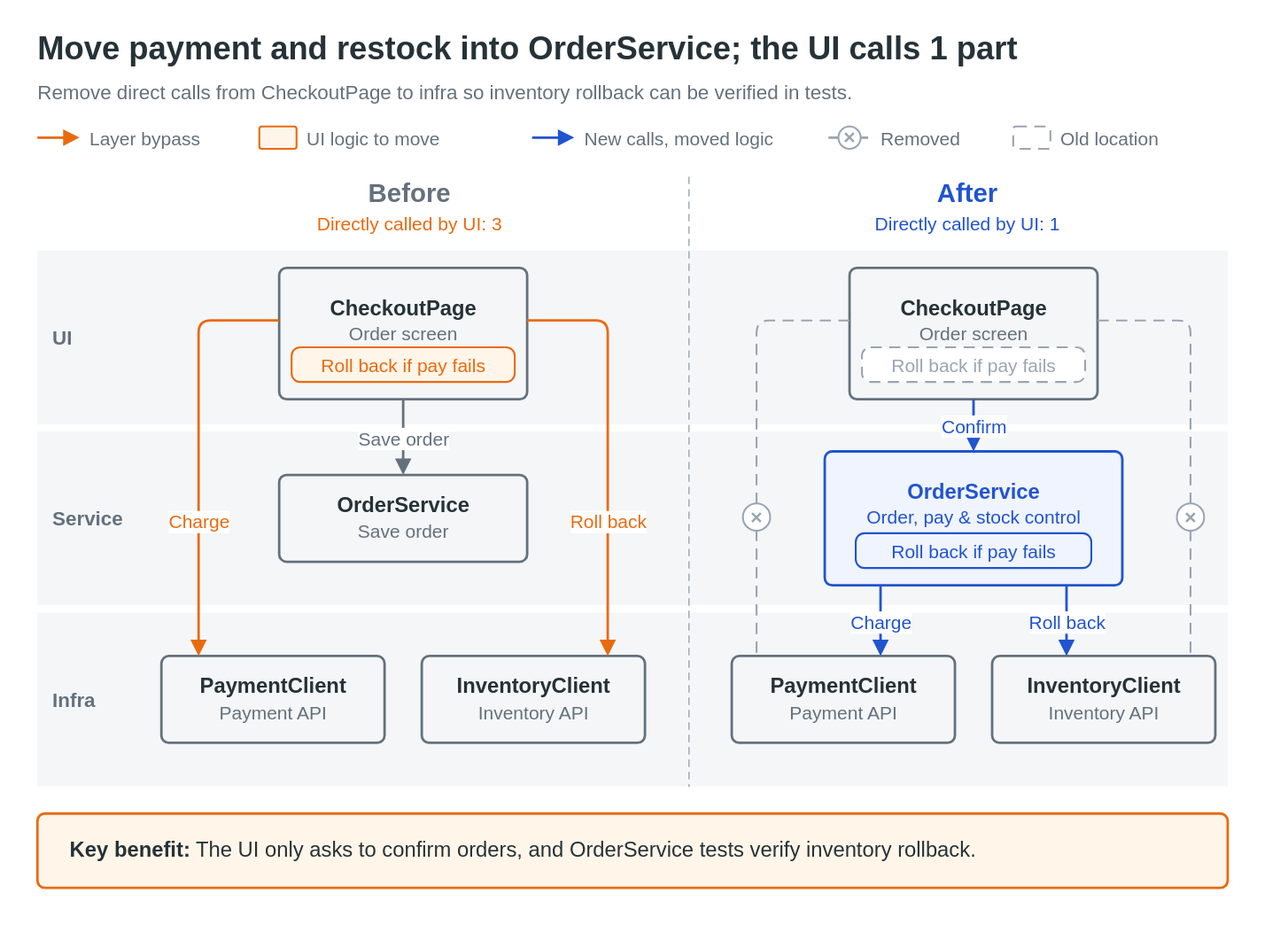
The draw.io diagram docs/samples/en/before-after-split.drawio.svg in nntto/explanatory-diagrams, before a commit. Source tidied: cells renumbered, new cells last; positions are measured from the earlier drawing's top-left corner, leaving out a move shared by most shapes.
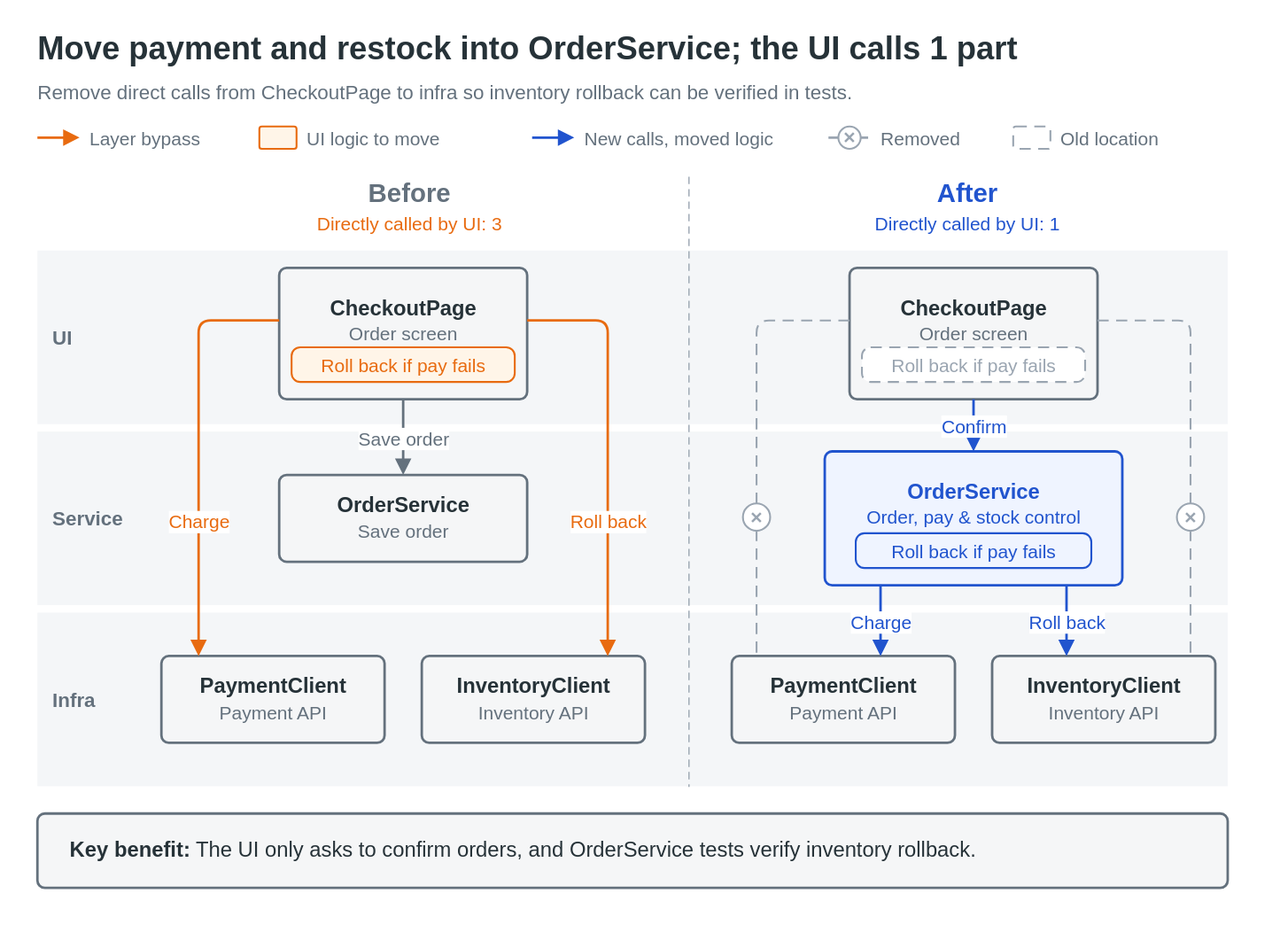
The same file after the commit.

The edit, as a diff of the source:
```diff
@@ -165,7 +165,7 @@
     <mxCell id="46" value="✕" style="ellipse;whiteSpace=wrap;html=1;fillColor=#ffffff;strokeColor=#9aa5b1;strokeWidth=1.5;fontColor=#9aa5b1;fontStyle=1;fontFamily=Helvetica;fontSize=13;spacing=0;" parent="1" vertex="1">
       <mxGeometry x="919" y="386" width="22" height="22" as="geometry" />
     </mxCell>
-    <mxCell id="47" value="&lt;b&gt;Key benefit:&lt;/b&gt; The UI only asks to confirm orders, and OrderService tests verify inventory rollback." style="rounded=1;absoluteArcSize=1;arcSize=12;whiteSpace=wrap;html=1;fillColor=#fff5e8;strokeColor=#e86b10;strokeWidth=2;fontColor=#263238;fontFamily=Helvetica;fontSize=17;align=left;verticalAlign=middle;spacing=10;spacingLeft=16;" parent="1" vertex="1">
+    <mxCell id="47" value="&lt;b&gt;Key benefit:&lt;/b&gt; The UI only asks to confirm orders, and OrderService tests verify inventory rollback." style="rounded=1;absoluteArcSize=1;arcSize=12;whiteSpace=wrap;html=1;fillColor=#f5f6f7;strokeColor=#64717d;strokeWidth=2;fontColor=#263238;fontFamily=Helvetica;fontSize=17;align=left;verticalAlign=middle;spacing=10;spacingLeft=16;" parent="1" vertex="1">
       <mxGeometry y="636" width="960" height="60" as="geometry" />
     </mxCell>
   </root>
```
